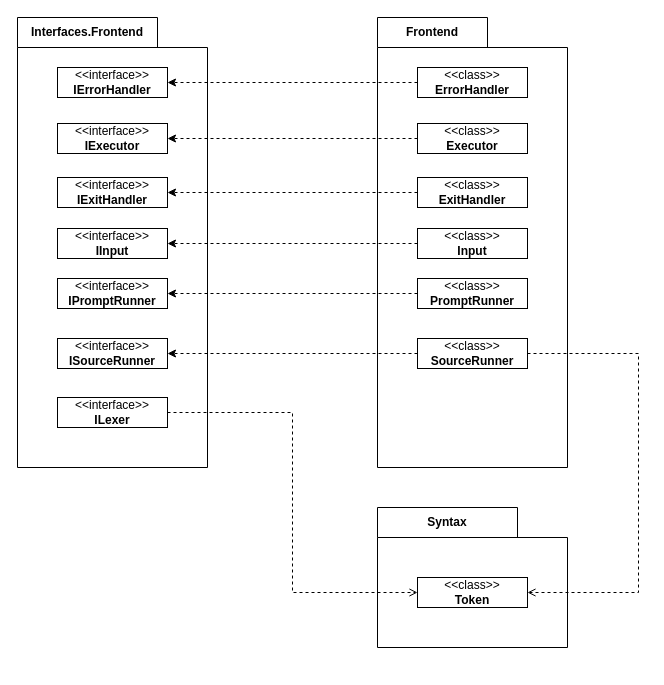
Above: cslox/doc/uml-package-diagram.drawio in sradms0/lox (draw.io), before the change. Source tidied: cells renumbered, new cells numbered last; positions are measured from the earlier drawing's top-left corner, leaving out a move shared by most shapes. Both pictures are drawn from the tidied source at 100%, with x=0, y=0 at pixel (17, 17).
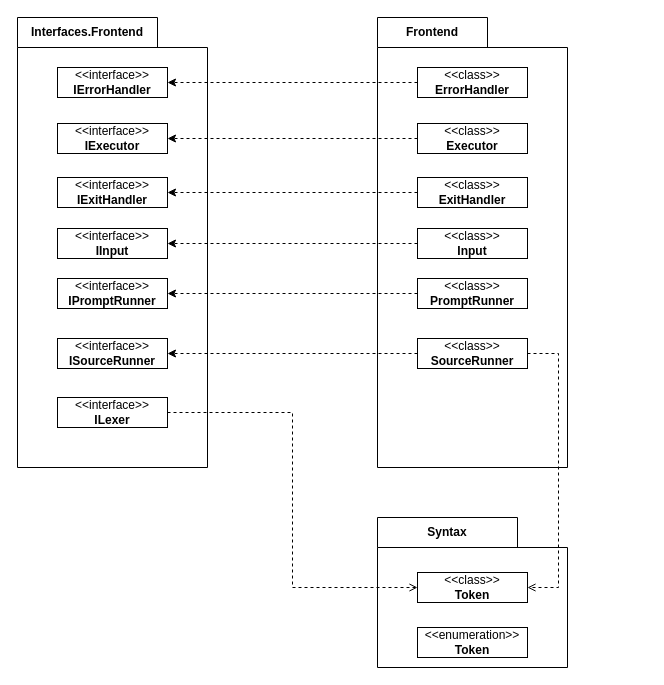
Above is the later version.

The change refers to these unchanged cells:
```xml
<mxCell id="14" value="&lt;div&gt;&amp;lt;&amp;lt;class&amp;gt;&amp;gt;&lt;/div&gt;&lt;b&gt;SourceRunner&lt;/b&gt;" style="html=1;whiteSpace=wrap;" parent="10" vertex="1">
  <mxGeometry x="40" y="321" width="110" height="30" as="geometry" />
</mxCell>
```

Diff of the diagram source:
```diff
@@
     <mxCell id="22" value="Syntax" style="shape=folder;fontStyle=1;tabWidth=140;tabHeight=30;tabPosition=left;html=1;boundedLbl=1;labelInHeader=1;whiteSpace=wrap;" parent="1" vertex="1">
-      <mxGeometry x="360" y="490" width="190" height="140" as="geometry" />
+      <mxGeometry x="360" y="500" width="190" height="150" as="geometry" />
     </mxCell>
     <mxCell id="23" value="&lt;div&gt;&amp;lt;&amp;lt;class&amp;gt;&amp;gt;&lt;/div&gt;&lt;b&gt;Token&lt;/b&gt;" style="html=1;whiteSpace=wrap;" parent="22" vertex="1">
-      <mxGeometry x="40" y="70" width="110" height="30" as="geometry" />
+      <mxGeometry x="40" y="55" width="110" height="30" as="geometry" />
     </mxCell>
+    <mxCell id="27" value="&lt;div&gt;&amp;lt;&amp;lt;enumeration&amp;gt;&amp;gt;&lt;/div&gt;&lt;b&gt;Token&lt;/b&gt;" style="html=1;whiteSpace=wrap;" parent="22" vertex="1">
+      <mxGeometry x="40" y="110" width="110" height="30" as="geometry" />
+    </mxCell>
@@
     <mxCell id="25" style="edgeStyle=orthogonalEdgeStyle;shape=connector;rounded=0;jettySize=auto;html=1;entryX=1;entryY=0.5;entryDx=0;entryDy=0;dashed=1;strokeColor=default;align=center;verticalAlign=middle;fontFamily=Helvetica;fontSize=11;fontColor=default;labelBackgroundColor=default;endArrow=open;endFill=0;" parent="1" edge="1" source="14" target="23">
       <mxGeometry relative="1" as="geometry">
         <Array as="points">
-          <mxPoint x="621" y="336" />
-          <mxPoint x="621" y="575" />
+          <mxPoint x="541" y="336" />
+          <mxPoint x="541" y="570" />
         </Array>
       </mxGeometry>
     </mxCell>
```
